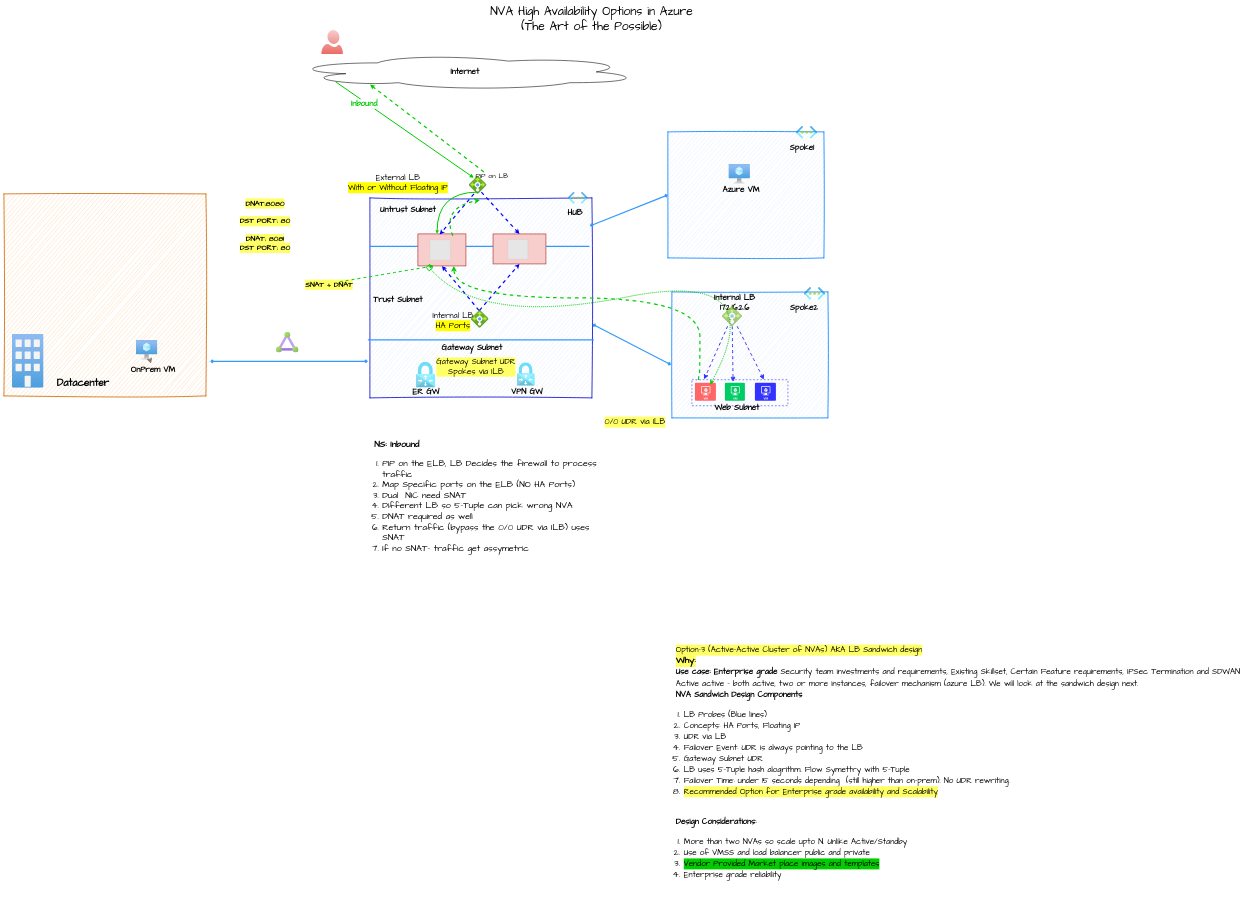
Above: page "NVA-HA" (1 of 5) of diagrams/NVA-ha.drawio in nehalineogi/azure-networking (draw.io), before the change. Source tidied: cells renumbered, new cells numbered last; positions are measured from the earlier drawing's top-left corner, leaving out a move shared by most shapes. Both pictures are drawn from the tidied source at 20%, with x=0, y=0 at pixel (4, 6). Pictures stored in the file or linked from it are replaced by grey dashed boxes.
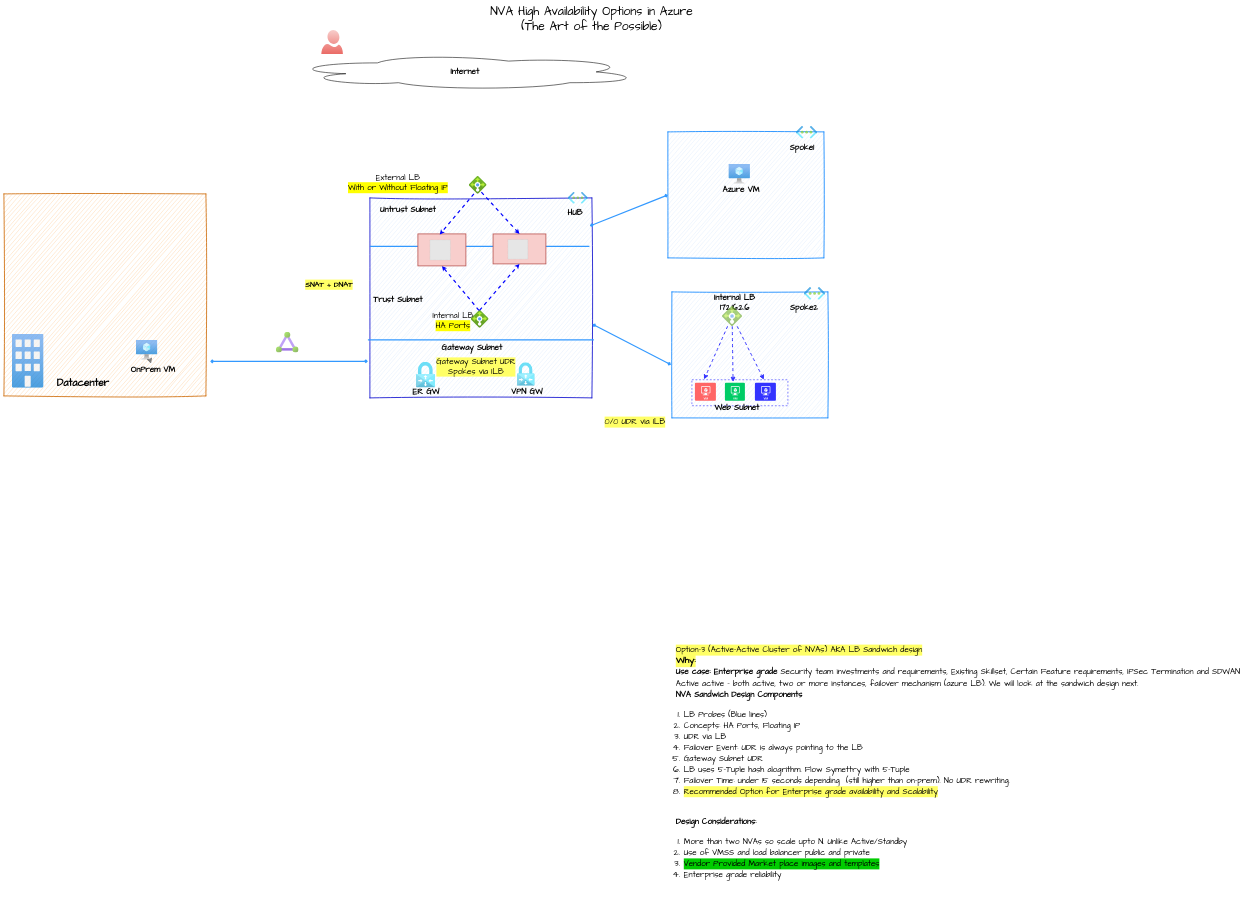
The same page after the edit.

The change refers to these unchanged cells:
```xml
<mxCell id="19" value="&lt;font style=&quot;font-size: 40px;&quot;&gt;&lt;b style=&quot;font-size: 40px;&quot;&gt;Internet&lt;/b&gt;&lt;/font&gt;" style="ellipse;shape=cloud;whiteSpace=wrap;html=1;rounded=0;glass=0;labelBackgroundColor=default;sketch=0;fillStyle=auto;strokeColor=#000000;strokeWidth=4;fontFamily=Comic Sans MS;fontSize=40;fontColor=#000000;fillColor=none;gradientColor=none;opacity=70;labelBorderColor=none;" parent="5" vertex="1">
  <mxGeometry x="1430" y="240" width="1750" height="180" as="geometry" />
</mxCell>
<mxCell id="30" style="rounded=0;whiteSpace=wrap;html=1;strokeColor=#3333FF;fontSize=40;fontColor=#000000;fillColor=none;dashed=1;strokeWidth=3;" parent="5" vertex="1">
  <mxGeometry x="3440" y="1869.2" width="480" height="130" as="geometry" />
</mxCell>
<mxCell id="32" style="verticalLabelPosition=bottom;html=1;verticalAlign=top;align=center;strokeColor=none;fillColor=#FF6666;shape=mxgraph.azure.virtual_machine;fontSize=40;fontColor=#000000;" parent="5" vertex="1">
  <mxGeometry x="3455" y="1884.2" width="105" height="90" as="geometry" />
</mxCell>
<mxCell id="55" style="whiteSpace=wrap;html=1;labelBackgroundColor=none;labelBorderColor=none;fillStyle=auto;strokeColor=#b85450;strokeWidth=4;fontFamily=Comic Sans MS;fontSize=40;fillColor=#f8cecc;" parent="45" vertex="1">
  <mxGeometry x="2070" y="1140" width="240" height="160" as="geometry" />
</mxCell>
<mxCell id="61" style="html=1;points=[];align=center;image;fontSize=40;image=img/lib/azure2/networking/Load_Balancers.svg;rounded=0;shadow=0;labelBackgroundColor=none;labelBorderColor=none;sketch=1;fillWeight=-1;hachureGap=-1;hachureAngle=-41;jiggle=2;disableMultiStroke=1;disableMultiStrokeFill=1;fillStyle=auto;curveFitting=1;sketchStyle=rough;strokeColor=#6c8ebf;strokeWidth=3;fontFamily=Comic Sans MS;fontColor=rgb(0, 0, 0);fillColor=#A9C4EB;" parent="45" vertex="1">
  <mxGeometry x="2324" y="850" width="90" height="90" as="geometry" />
</mxCell>
```

What changed in the source:
```diff
@@
-    <mxCell id="67" parent="0" />
-    <mxCell id="68" style="edgeStyle=orthogonalEdgeStyle;curved=1;jettySize=auto;html=1;exitX=0.507;exitY=0.901;exitDx=0;exitDy=0;strokeColor=#00CC00;strokeWidth=5;fontFamily=Comic Sans MS;fontSize=30;fontColor=#000000;endArrow=classic;endFill=1;exitPerimeter=0;flowAnimation=1;" parent="67" edge="1" source="61">
-      <mxGeometry relative="1" as="geometry">
-        <mxPoint x="2166" y="1140" as="targetPoint" />
-      </mxGeometry>
-    </mxCell>
-    <mxCell id="69" style="edgeStyle=orthogonalEdgeStyle;jettySize=auto;html=1;entryX=0.75;entryY=1;entryDx=0;entryDy=0;dashed=1;strokeColor=#00CC00;strokeWidth=6;fontFamily=Comic Sans MS;fontSize=30;fontColor=#000000;startArrow=none;startFill=0;endArrow=classic;endFill=1;endSize=10;sourcePerimeterSpacing=24;targetPerimeterSpacing=12;curved=1;flowAnimation=0;exitX=0.069;exitY=0.009;exitDx=0;exitDy=0;exitPerimeter=0;" parent="67" edge="1" source="30" target="55">
-      <mxGeometry relative="1" as="geometry">
-        <Array as="points">
-          <mxPoint x="3480" y="1851" />
-          <mxPoint x="3480" y="1460" />
-          <mxPoint x="2250" y="1460" />
-        </Array>
-      </mxGeometry>
-    </mxCell>
-    <mxCell id="70" style="orthogonalLoop=1;jettySize=auto;html=1;exitX=0.617;exitY=0.031;exitDx=0;exitDy=0;dashed=1;strokeColor=#00CC00;strokeWidth=6;fontFamily=Comic Sans MS;fontSize=30;fontColor=#000000;startArrow=none;startFill=0;endArrow=classic;endFill=1;endSize=10;sourcePerimeterSpacing=24;targetPerimeterSpacing=12;curved=1;exitPerimeter=0;flowAnimation=0;" parent="67" edge="1">
-      <mxGeometry relative="1" as="geometry">
-        <mxPoint x="2244.6" y="1149.8" as="sourcePoint" />
-        <mxPoint x="2380" y="970" as="targetPoint" />
-        <Array as="points">
-          <mxPoint x="2188" y="1010" />
-        </Array>
-      </mxGeometry>
-    </mxCell>
-    <mxCell id="71" style="edgeStyle=none;curved=1;orthogonalLoop=1;jettySize=auto;html=1;dashed=1;strokeColor=#00CC00;strokeWidth=5;fontFamily=Comic Sans MS;fontSize=30;fontColor=#000000;startArrow=none;startFill=0;endArrow=classic;endFill=1;endSize=10;sourcePerimeterSpacing=24;targetPerimeterSpacing=12;" parent="67" edge="1">
-      <mxGeometry relative="1" as="geometry">
-        <mxPoint x="1680" y="1379" as="sourcePoint" />
-        <mxPoint x="2150" y="1300" as="targetPoint" />
-      </mxGeometry>
-    </mxCell>
-    <mxCell id="72" value="&lt;b style=&quot;font-size: 37px; background-color: rgb(255, 255, 102);&quot;&gt;DNAT:8080&lt;br&gt;&lt;br&gt;DST PORT: 80&lt;br&gt;&lt;br&gt;DNAT: 8081&lt;br&gt;DST PORT: 80&lt;br&gt;&lt;/b&gt;" style="text;html=1;align=center;verticalAlign=middle;strokeColor=none;fillColor=none;fontSize=37;fontFamily=Comic Sans MS;fontColor=#000000;shadow=0;gradientColor=#999900;comic=0;fillStyle=solid;sketch=1;curveFitting=1;jiggle=2;zigzagOffset=-10;sketchStyle=comic;" parent="67" vertex="1">
-      <mxGeometry x="1160" y="960" width="290" height="280" as="geometry" />
-    </mxCell>
-    <mxCell id="73" style="edgeStyle=none;rounded=1;jettySize=auto;html=1;exitX=0.13;exitY=0.77;exitDx=0;exitDy=0;exitPerimeter=0;strokeColor=#00CC00;strokeWidth=5;fontFamily=Comic Sans MS;fontSize=30;fontColor=#000000;startArrow=none;startFill=0;endArrow=classic;endFill=1;sourcePerimeterSpacing=12;targetPerimeterSpacing=24;endSize=10;flowAnimation=1;" parent="67" edge="1" source="19">
-      <mxGeometry relative="1" as="geometry">
-        <mxPoint x="2350" y="860" as="targetPoint" />
-      </mxGeometry>
-    </mxCell>
-    <mxCell id="74" value="&lt;font size=&quot;1&quot; style=&quot;&quot; color=&quot;#00cc00&quot;&gt;&lt;b style=&quot;font-size: 40px;&quot;&gt;Inbound&lt;/b&gt;&lt;/font&gt;" style="edgeLabel;html=1;align=center;verticalAlign=middle;fontSize=15;fontFamily=Comic Sans MS;fontColor=#FF8000;" parent="73" vertex="1">
-      <mxGeometry x="-0.57" y="-9" relative="1" as="geometry" />
-    </mxCell>
-    <mxCell id="75" style="edgeStyle=none;rounded=1;jettySize=auto;html=1;exitX=0.229;exitY=0.853;exitDx=0;exitDy=0;exitPerimeter=0;dashed=1;strokeColor=#00CC00;strokeWidth=6;fontFamily=Comic Sans MS;fontSize=30;fontColor=#000000;startArrow=none;startFill=0;endArrow=classic;endFill=1;sourcePerimeterSpacing=24;targetPerimeterSpacing=20;entryX=0.229;entryY=0.853;entryDx=0;entryDy=0;entryPerimeter=0;" parent="67" edge="1" target="19">
-      <mxGeometry relative="1" as="geometry">
-        <mxPoint x="2400" y="830" as="sourcePoint" />
-      </mxGeometry>
-    </mxCell>
-    <mxCell id="76" value="PIP on LB" style="text;html=1;align=center;verticalAlign=middle;strokeColor=none;fillColor=none;fontSize=35;fontFamily=Comic Sans MS;fontColor=#000000;" parent="67" vertex="1">
-      <mxGeometry x="2350" y="820" width="180" height="60" as="geometry" />
-    </mxCell>
-    <mxCell id="77" style="edgeStyle=none;html=1;entryX=0.724;entryY=0.104;entryDx=0;entryDy=0;entryPerimeter=0;dashed=1;sketchStyle=comic;strokeColor=#00CC00;strokeWidth=5;fontFamily=Comic Sans MS;fontSize=30;fontColor=#000000;startArrow=box;startFill=0;endArrow=classic;endFill=1;startSize=17;endSize=10;curved=1;sourcePerimeterSpacing=24;targetPerimeterSpacing=12;dashPattern=1 1;flowAnimation=1;" parent="67" edge="1" target="32">
-      <mxGeometry relative="1" as="geometry">
-        <mxPoint x="2120" y="1300" as="sourcePoint" />
-        <Array as="points">
-          <mxPoint x="2380" y="1600" />
-          <mxPoint x="3850" y="1310" />
-        </Array>
-      </mxGeometry>
-    </mxCell>
-    <mxCell id="78" value="&lt;div style=&quot;border-color: var(--border-color); color: rgb(0, 0, 0); font-family: &amp;quot;Comic Sans MS&amp;quot;; font-size: 44px; font-style: normal; font-variant-ligatures: normal; font-variant-caps: normal; font-weight: 400; letter-spacing: normal; orphans: 2; text-indent: 0px; text-transform: none; widows: 2; word-spacing: 0px; -webkit-text-stroke-width: 0px; text-decoration-thickness: initial; text-decoration-style: initial; text-decoration-color: initial; text-align: left;&quot;&gt;&lt;b style=&quot;border-color: var(--border-color);&quot;&gt;NS: Inbound&lt;/b&gt;&lt;/div&gt;&lt;div style=&quot;border-color: var(--border-color); color: rgb(0, 0, 0); font-family: &amp;quot;Comic Sans MS&amp;quot;; font-size: 44px; font-style: normal; font-variant-ligatures: normal; font-variant-caps: normal; letter-spacing: normal; orphans: 2; text-indent: 0px; text-transform: none; widows: 2; word-spacing: 0px; -webkit-text-stroke-width: 0px; text-decoration-thickness: initial; text-decoration-style: initial; text-decoration-color: initial; text-align: left;&quot;&gt;&lt;ol&gt;&lt;li&gt;&lt;span style=&quot;border-color: var(--border-color);&quot;&gt;PIP on the ELB, LB Decides the firewall to process traffic&lt;/span&gt;&lt;/li&gt;&lt;li&gt;&lt;span style=&quot;border-color: var(--border-color);&quot;&gt;Map Specific ports on the ELB (NO HA Ports)&lt;/span&gt;&lt;/li&gt;&lt;li&gt;&lt;span style=&quot;border-color: var(--border-color);&quot;&gt;Dual&amp;nbsp; NIC need SNAT&lt;/span&gt;&lt;/li&gt;&lt;li&gt;&lt;span style=&quot;border-color: var(--border-color);&quot;&gt;Different LB so 5-Tuple can pick wrong NVA&lt;/span&gt;&lt;/li&gt;&lt;li&gt;&lt;span style=&quot;border-color: var(--border-color);&quot;&gt;DNAT required as well&lt;/span&gt;&lt;/li&gt;&lt;li&gt;&lt;span style=&quot;border-color: var(--border-color);&quot;&gt;Return traffic (bypass the 0/0 UDR via ILB) uses SNAT&lt;/span&gt;&lt;/li&gt;&lt;li&gt;If no SNAT- traffic get assymetric&lt;/li&gt;&lt;/ol&gt;&lt;/div&gt;" style="text;whiteSpace=wrap;html=1;fontSize=44;fontFamily=Comic Sans MS;fontColor=#000000;labelBackgroundColor=none;" parent="67" vertex="1">
-      <mxGeometry x="1850" y="2160" width="1140" height="680" as="geometry" />
-    </mxCell>
```
